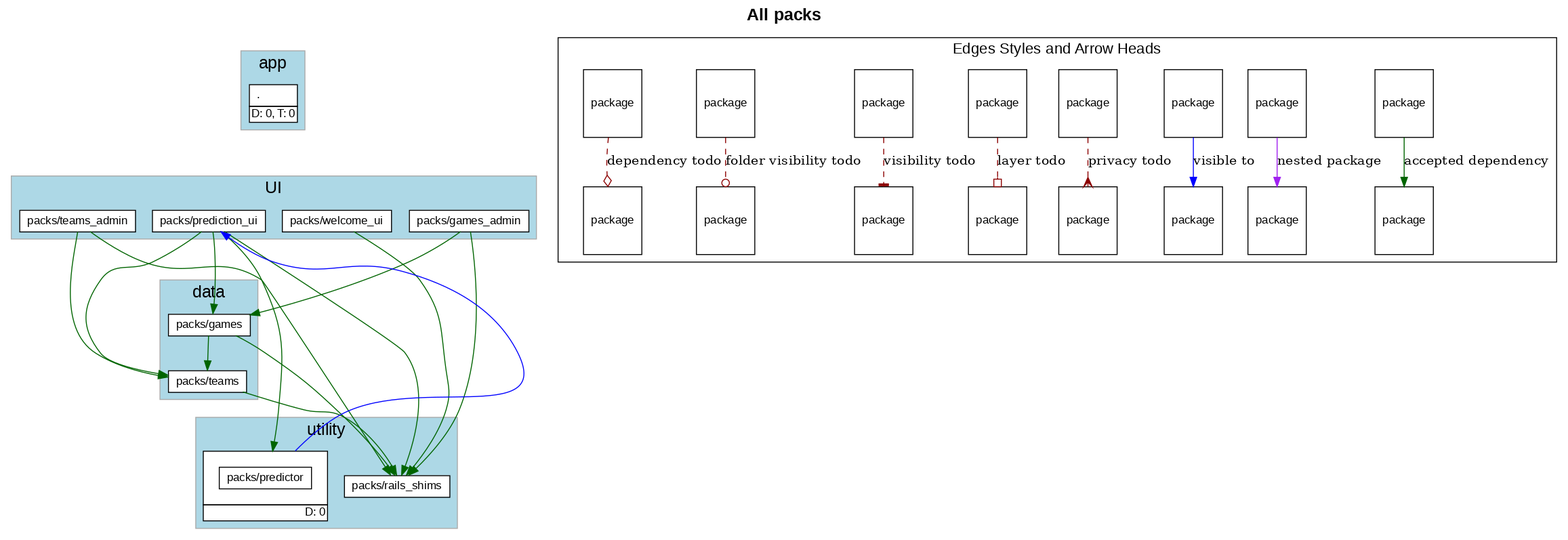
This is diagrams/all_packs.png from shageman/package-based-rails-applications, a Graphviz export, as it was before one commit. Its source is kept beside it as diagrams/all_packs.dot.
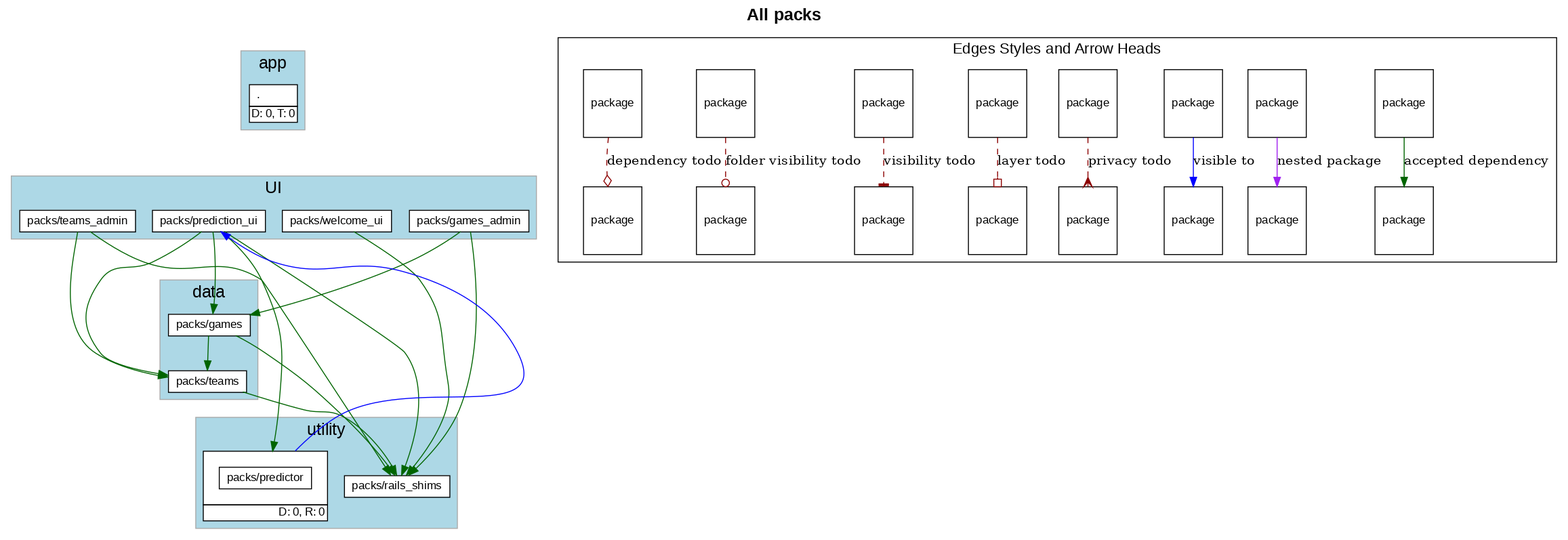
Later version of the same file.

Diff of the diagram source:
```diff
@@ -133,7 +133,7 @@
                     <tr> <td port='private'> packs/predictor </td> </tr>
                   </table>
                   </td></tr>
-                  <tr><td CELLPADDING='1' ALIGN='RIGHT'>D: 0</td></tr>
+                  <tr><td CELLPADDING='1' ALIGN='RIGHT'>D: 0, R: 0</td></tr>
                   </table>
               >
           ]
```
